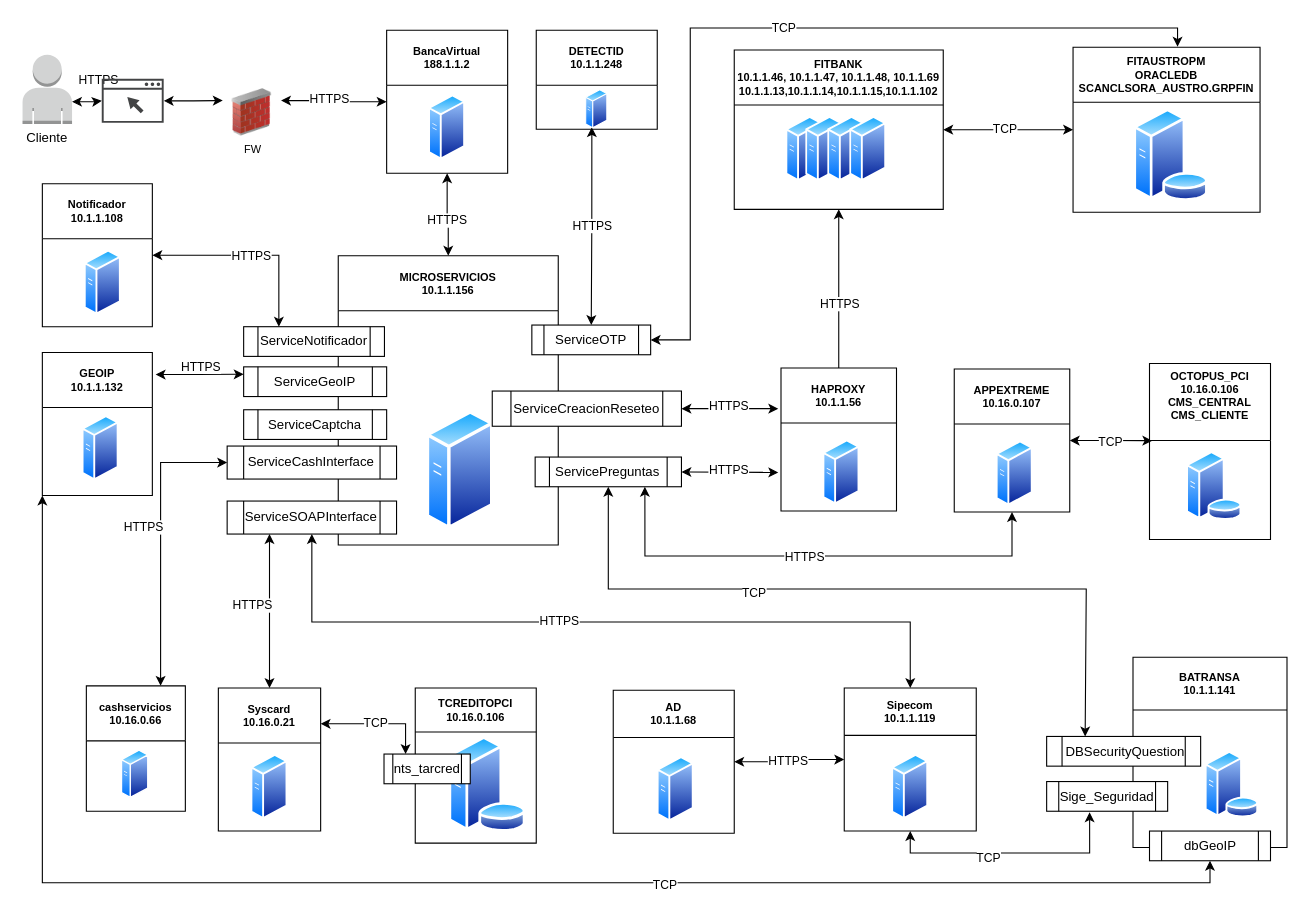
This is page "Final Despliegue" (1 of 9) of CreateUsrBVDiagram.drawio from davidguillermofg/Diagrams, a draw.io file, before an edit. Source tidied: cells renumbered, new cells numbered last; positions are measured from the earlier drawing's top-left corner, leaving out a move shared by most shapes. Both pictures are drawn from the tidied source at 110%, with x=0, y=0 at pixel (19, 28).
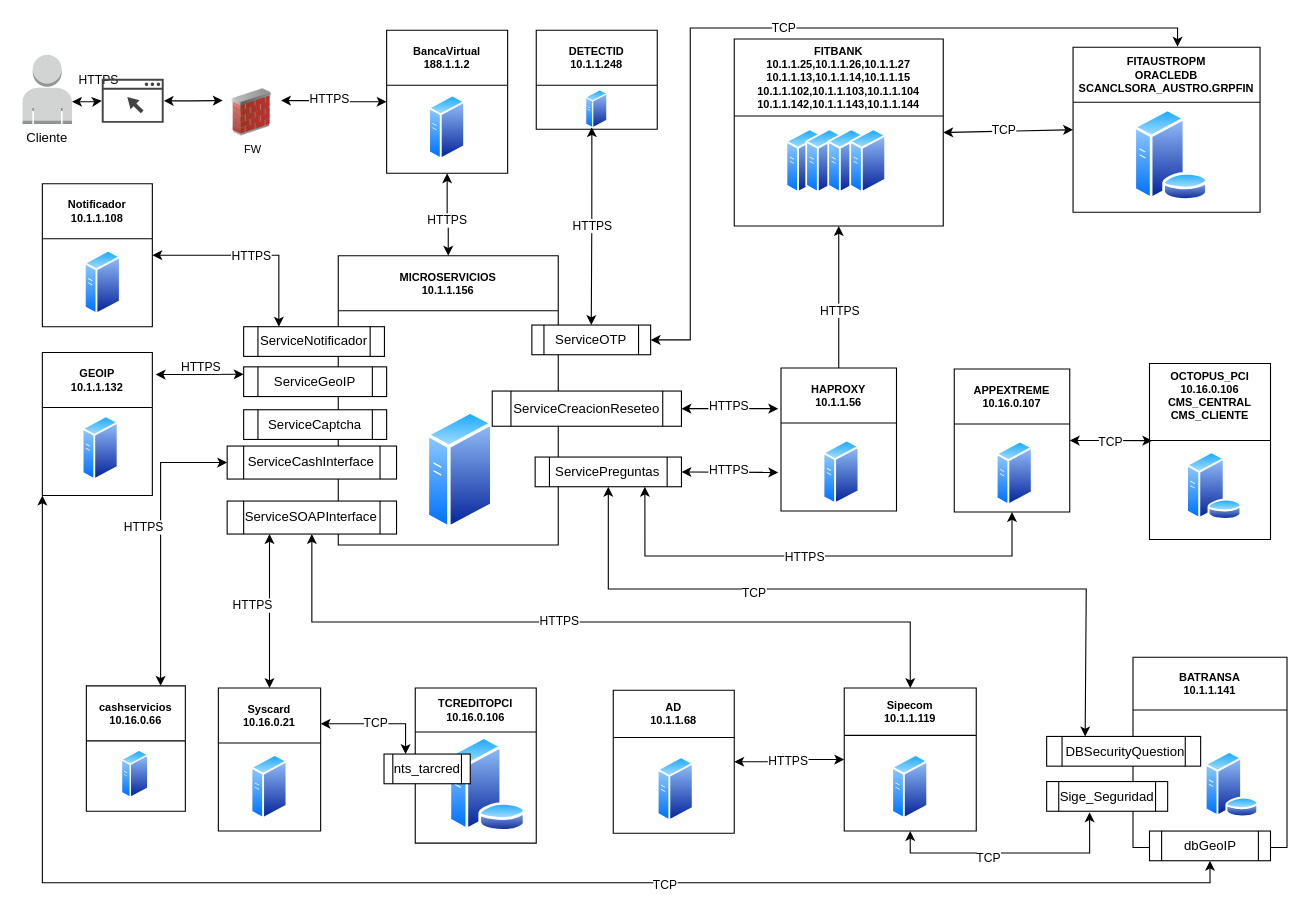
Above is the later version.

The edit, as a diff of the source:
```diff
@@
-    <mxCell id="40" value="FITBANK&#10;10.1.1.46, 10.1.1.47, 10.1.1.48, 10.1.1.69&#10;10.1.1.13,10.1.1.14,10.1.1.15,10.1.1.102" style="swimlane;startSize=50;fontSize=10;" parent="1" vertex="1">
-      <mxGeometry x="650" y="20" width="190" height="144.8" as="geometry" />
+    <mxCell id="40" value="FITBANK&#10;10.1.1.25,10.1.1.26,10.1.1.27&#10;10.1.1.13,10.1.1.14,10.1.1.15&#10;10.1.1.102,10.1.1.103,10.1.1.104&#10;10.1.1.142,10.1.1.143,10.1.1.144" style="swimlane;startSize=70;fontSize=10;" parent="1" vertex="1">
+      <mxGeometry x="650" y="10" width="190" height="170" as="geometry" />
     </mxCell>
     <mxCell id="41" style="perimeter=ellipsePerimeter;html=1;align=center;shadow=0;dashed=0;spacingTop=3;image;image=img/lib/active_directory/generic_server.svg;fontSize=10;" parent="40" vertex="1">
-      <mxGeometry x="47" y="60" width="33.6" height="60" as="geometry" />
+      <mxGeometry x="47" y="81" width="33.6" height="60" as="geometry" />
     </mxCell>
     <mxCell id="42" style="perimeter=ellipsePerimeter;html=1;align=center;shadow=0;dashed=0;spacingTop=3;image;image=img/lib/active_directory/generic_server.svg;fontSize=10;" parent="40" vertex="1">
-      <mxGeometry x="65" y="60" width="33.6" height="60" as="geometry" />
+      <mxGeometry x="65" y="81" width="33.6" height="60" as="geometry" />
     </mxCell>
     <mxCell id="43" style="perimeter=ellipsePerimeter;html=1;align=center;shadow=0;dashed=0;spacingTop=3;image;image=img/lib/active_directory/generic_server.svg;fontSize=10;" parent="40" vertex="1">
-      <mxGeometry x="85" y="60" width="33.6" height="60" as="geometry" />
+      <mxGeometry x="85" y="81" width="33.6" height="60" as="geometry" />
     </mxCell>
     <mxCell id="44" style="perimeter=ellipsePerimeter;html=1;align=center;shadow=0;dashed=0;spacingTop=3;image;image=img/lib/active_directory/generic_server.svg;fontSize=10;" parent="40" vertex="1">
-      <mxGeometry x="105" y="60" width="33.6" height="60" as="geometry" />
+      <mxGeometry x="105" y="81" width="33.6" height="60" as="geometry" />
     </mxCell>
```
